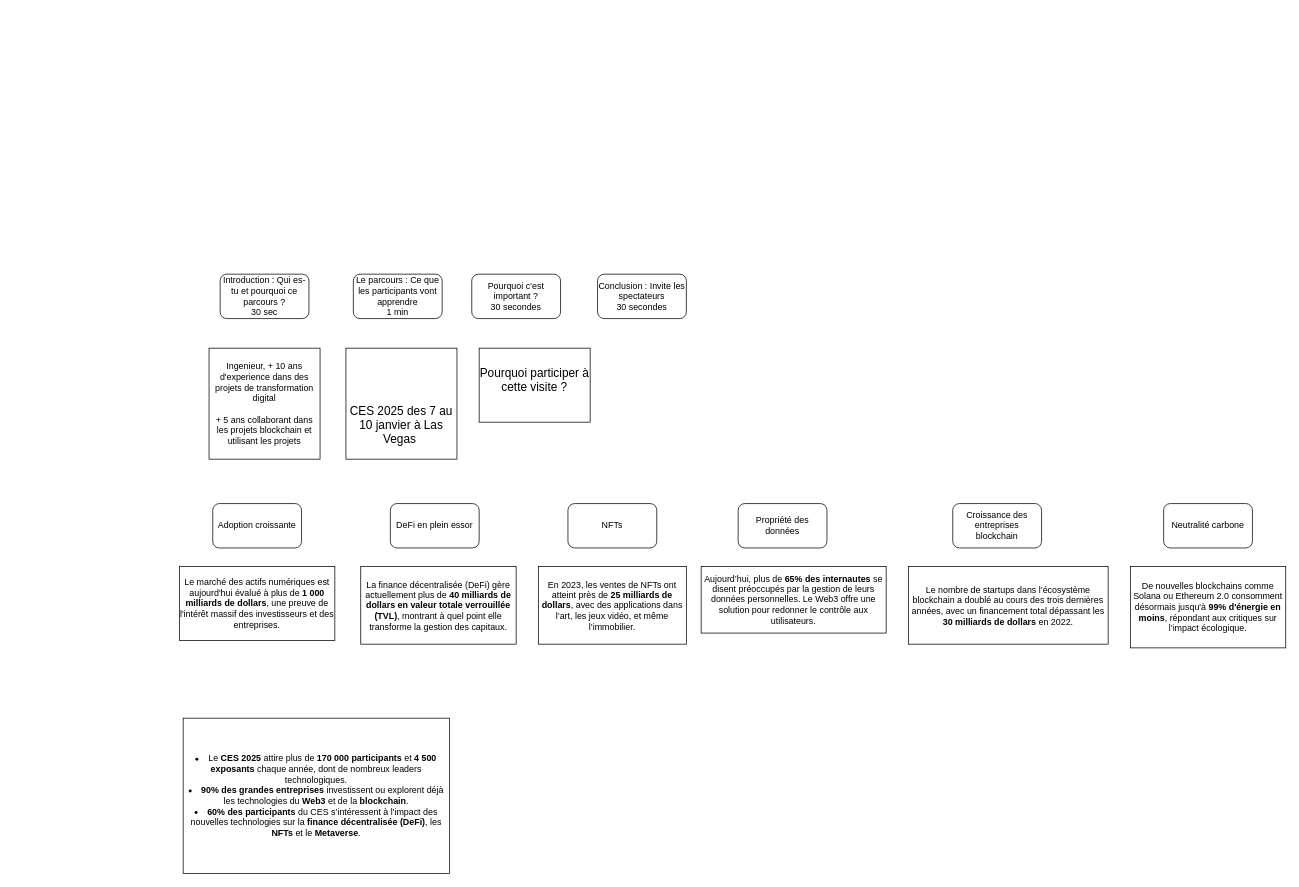
Before: Presentation.drawio in AlejandroDAvidz/AlejandroDAvidz, a draw.io diagram. Source tidied: cells renumbered, new cells numbered last; positions are measured from the earlier drawing's top-left corner, leaving out a move shared by most shapes. Both pictures are drawn from the tidied source at 74%, with x=0, y=0 at pixel (179, 274).
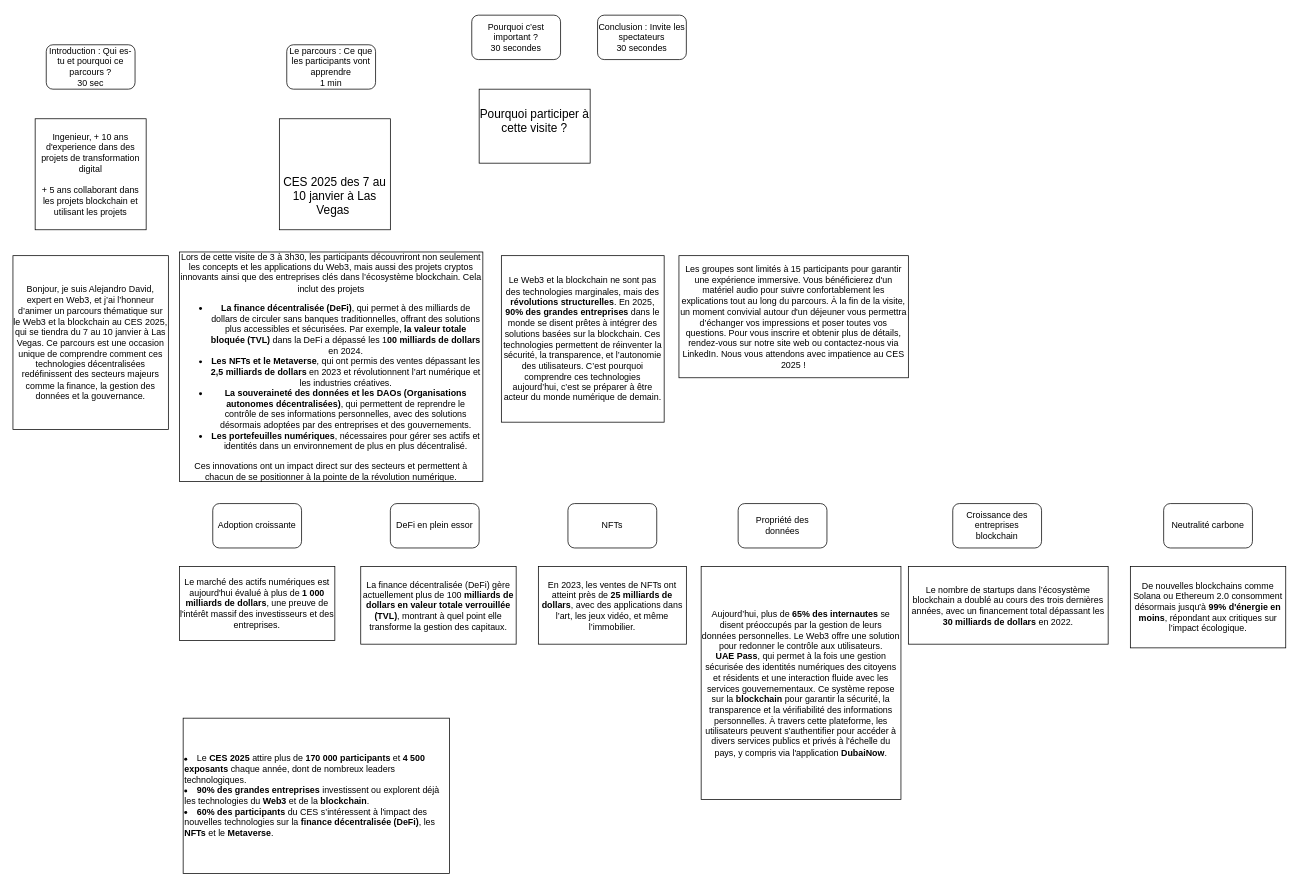
The same diagram, later.

Commit message (it also covers changes not shown here):
Mettre à jour Presentation.drawio

What changed in the source:
```diff
@@
     <mxCell id="2" value="Introduction : Qui es-tu et pourquoi ce parcours ?&lt;div&gt;30 sec&lt;/div&gt;" style="rounded=1;whiteSpace=wrap;html=1;" parent="1" vertex="1">
-      <mxGeometry x="55" width="120" height="60" as="geometry" />
+      <mxGeometry x="-180" y="-310" width="120" height="60" as="geometry" />
     </mxCell>
     <mxCell id="3" value="Ingenieur, + 10 ans d'experience dans des projets de transformation digital&lt;div&gt;&lt;br&gt;&lt;/div&gt;&lt;div&gt;+ 5 ans collaborant dans les projets blockchain et utilisant les projets&lt;/div&gt;" style="rounded=0;whiteSpace=wrap;html=1;" parent="1" vertex="1">
-      <mxGeometry x="40" y="100" width="150" height="150" as="geometry" />
+      <mxGeometry x="-195" y="-210" width="150" height="150" as="geometry" />
     </mxCell>
     <mxCell id="4" value="&lt;br/&gt;&#9;&#9;&lt;br/&gt;&#9;&lt;br/&gt;&#9;&lt;br/&gt;&#9;&#9;&lt;div title=&quot;Page 1&quot; class=&quot;page&quot;&gt;&lt;br/&gt;&#9;&#9;&#9;&lt;div class=&quot;layoutArea&quot;&gt;&lt;br/&gt;&#9;&#9;&#9;&#9;&lt;div class=&quot;column&quot;&gt;&lt;br/&gt;&#9;&#9;&#9;&#9;&#9;&lt;p&gt;&lt;span style=&quot;font-size: 12.000000pt; font-family: 'Aptos'&quot;&gt;CES 2025 des 7 au 10 janvier à Las Vegas&amp;nbsp;&lt;/span&gt;&lt;/p&gt;&lt;br/&gt;&#9;&#9;&#9;&#9;&lt;/div&gt;&lt;br/&gt;&#9;&#9;&#9;&lt;/div&gt;&lt;br/&gt;&#9;&#9;&lt;/div&gt;" style="rounded=0;whiteSpace=wrap;html=1;" parent="1" vertex="1">
-      <mxGeometry x="225" y="100" width="150" height="150" as="geometry" />
+      <mxGeometry x="135" y="-210" width="150" height="150" as="geometry" />
     </mxCell>
     <mxCell id="5" value="&#10;&lt;span style=&quot;white-space: pre;&quot;&gt;&amp;nbsp;&amp;nbsp;&amp;nbsp;&amp;nbsp;&lt;/span&gt;&lt;span style=&quot;white-space: pre;&quot;&gt;&amp;nbsp;&amp;nbsp;&amp;nbsp;&amp;nbsp;&lt;/span&gt;&lt;div title=&quot;Page 1&quot; class=&quot;page&quot;&gt;&#10;&lt;span style=&quot;white-space: pre;&quot;&gt;&amp;nbsp;&amp;nbsp;&amp;nbsp;&amp;nbsp;&lt;/span&gt;&lt;span style=&quot;white-space: pre;&quot;&gt;&amp;nbsp;&amp;nbsp;&amp;nbsp;&amp;nbsp;&lt;/span&gt;&lt;span style=&quot;white-space: pre;&quot;&gt;&amp;nbsp;&amp;nbsp;&amp;nbsp;&amp;nbsp;&lt;/span&gt;&lt;div class=&quot;layoutArea&quot;&gt;&#10;&lt;span style=&quot;white-space: pre;&quot;&gt;&amp;nbsp;&amp;nbsp;&amp;nbsp;&amp;nbsp;&lt;/span&gt;&lt;span style=&quot;white-space: pre;&quot;&gt;&amp;nbsp;&amp;nbsp;&amp;nbsp;&amp;nbsp;&lt;/span&gt;&lt;span style=&quot;white-space: pre;&quot;&gt;&amp;nbsp;&amp;nbsp;&amp;nbsp;&amp;nbsp;&lt;/span&gt;&lt;span style=&quot;white-space: pre;&quot;&gt;&amp;nbsp;&amp;nbsp;&amp;nbsp;&amp;nbsp;&lt;/span&gt;&lt;div class=&quot;column&quot;&gt;&#10;&lt;span style=&quot;white-space: pre;&quot;&gt;&amp;nbsp;&amp;nbsp;&amp;nbsp;&amp;nbsp;&lt;/span&gt;&lt;span style=&quot;white-space: pre;&quot;&gt;&amp;nbsp;&amp;nbsp;&amp;nbsp;&amp;nbsp;&lt;/span&gt;&lt;span style=&quot;white-space: pre;&quot;&gt;&amp;nbsp;&amp;nbsp;&amp;nbsp;&amp;nbsp;&lt;/span&gt;&lt;span style=&quot;white-space: pre;&quot;&gt;&amp;nbsp;&amp;nbsp;&amp;nbsp;&amp;nbsp;&lt;/span&gt;&lt;span style=&quot;white-space: pre;&quot;&gt;&amp;nbsp;&amp;nbsp;&amp;nbsp;&amp;nbsp;&lt;/span&gt;&lt;p&gt;&lt;span style=&quot;font-size: 12.000000pt; font-family: 'Aptos'&quot;&gt;Pourquoi participer à cette visite&lt;/span&gt;&lt;span style=&quot;font-size: 12.000000pt; font-family: 'ArialMT'&quot;&gt; &lt;/span&gt;&lt;span style=&quot;font-size: 12.000000pt; font-family: 'Aptos'&quot;&gt;?&#10;&lt;/span&gt;&lt;/p&gt;&#10;&lt;span style=&quot;white-space: pre;&quot;&gt;&amp;nbsp;&amp;nbsp;&amp;nbsp;&amp;nbsp;&lt;/span&gt;&lt;span style=&quot;white-space: pre;&quot;&gt;&amp;nbsp;&amp;nbsp;&amp;nbsp;&amp;nbsp;&lt;/span&gt;&lt;span style=&quot;white-space: pre;&quot;&gt;&amp;nbsp;&amp;nbsp;&amp;nbsp;&amp;nbsp;&lt;/span&gt;&lt;span style=&quot;white-space: pre;&quot;&gt;&amp;nbsp;&amp;nbsp;&amp;nbsp;&amp;nbsp;&lt;/span&gt;&lt;/div&gt;&#10;&lt;span style=&quot;white-space: pre;&quot;&gt;&amp;nbsp;&amp;nbsp;&amp;nbsp;&amp;nbsp;&lt;/span&gt;&lt;span style=&quot;white-space: pre;&quot;&gt;&amp;nbsp;&amp;nbsp;&amp;nbsp;&amp;nbsp;&lt;/span&gt;&lt;span style=&quot;white-space: pre;&quot;&gt;&amp;nbsp;&amp;nbsp;&amp;nbsp;&amp;nbsp;&lt;/span&gt;&lt;/div&gt;&#10;&lt;span style=&quot;white-space: pre;&quot;&gt;&amp;nbsp;&amp;nbsp;&amp;nbsp;&amp;nbsp;&lt;/span&gt;&lt;span style=&quot;white-space: pre;&quot;&gt;&amp;nbsp;&amp;nbsp;&amp;nbsp;&amp;nbsp;&lt;/span&gt;&lt;/div&gt;&#10;&lt;span style=&quot;white-space: pre;&quot;&gt;&amp;nbsp;&amp;nbsp;&amp;nbsp;&amp;nbsp;&lt;/span&gt;&#10;" style="rounded=0;whiteSpace=wrap;html=1;" parent="1" vertex="1">
-      <mxGeometry x="405" y="100" width="150" height="100" as="geometry" />
+      <mxGeometry x="405" y="-250" width="150" height="100" as="geometry" />
     </mxCell>
     <mxCell id="6" value="Le parcours : Ce que les participants vont apprendre&lt;div&gt;1 min&lt;/div&gt;" style="rounded=1;whiteSpace=wrap;html=1;" parent="1" vertex="1">
-      <mxGeometry x="235" width="120" height="60" as="geometry" />
+      <mxGeometry x="145" y="-310" width="120" height="60" as="geometry" />
     </mxCell>
     <mxCell id="7" value="Pourquoi c’est important ?&lt;div&gt;30 secondes&lt;/div&gt;" style="rounded=1;whiteSpace=wrap;html=1;" parent="1" vertex="1">
-      <mxGeometry x="395" width="120" height="60" as="geometry" />
+      <mxGeometry x="395" y="-350" width="120" height="60" as="geometry" />
     </mxCell>
     <mxCell id="8" value="Conclusion : Invite les spectateurs&lt;div&gt;30 secondes&lt;/div&gt;" style="rounded=1;whiteSpace=wrap;html=1;" parent="1" vertex="1">
-      <mxGeometry x="565" width="120" height="60" as="geometry" />
+      <mxGeometry x="565" y="-350" width="120" height="60" as="geometry" />
     </mxCell>
@@
-    <mxCell id="11" value="La finance décentralisée (DeFi) gère actuellement plus de &lt;strong&gt;40 milliards de dollars en valeur totale verrouillée (TVL)&lt;/strong&gt;, montrant à quel point elle transforme la gestion des capitaux." style="rounded=0;whiteSpace=wrap;html=1;" parent="1" vertex="1">
+    <mxCell id="11" value="La finance décentralisée (DeFi) gère actuellement plus de 100&lt;strong&gt;&amp;nbsp;milliards de dollars en valeur totale verrouillée (TVL)&lt;/strong&gt;, montrant à quel point elle transforme la gestion des capitaux." style="rounded=0;whiteSpace=wrap;html=1;" parent="1" vertex="1">
       <mxGeometry x="245" y="395" width="210" height="105" as="geometry" />
     </mxCell>
@@
-    <mxCell id="13" value="Aujourd’hui, plus de &lt;strong&gt;65% des internautes&lt;/strong&gt; se disent préoccupés par la gestion de leurs données personnelles. Le Web3 offre une solution pour redonner le contrôle aux utilisateurs." style="rounded=0;whiteSpace=wrap;html=1;" parent="1" vertex="1">
-      <mxGeometry x="705" y="395" width="250" height="90" as="geometry" />
+    <mxCell id="13" value="Aujourd’hui, plus de &lt;strong&gt;65% des internautes&lt;/strong&gt; se disent préoccupés par la gestion de leurs données personnelles. Le Web3 offre une solution pour redonner le contrôle aux utilisateurs.&lt;div&gt;&lt;strong&gt;UAE Pass&lt;/strong&gt;, qui permet à la fois une gestion sécurisée des identités numériques des citoyens et résidents et une interaction fluide avec les services gouvernementaux. Ce système repose sur la &lt;strong&gt;blockchain&lt;/strong&gt; pour garantir la sécurité, la transparence et la vérifiabilité des informations personnelles. À travers cette plateforme, les utilisateurs peuvent s'authentifier pour accéder à divers services publics et privés à l'échelle du pays, y compris via l'application &lt;strong&gt;DubaiNow&lt;/strong&gt;.&lt;/div&gt;" style="rounded=0;whiteSpace=wrap;html=1;" parent="1" vertex="1">
+      <mxGeometry x="705" y="395" width="270" height="315" as="geometry" />
     </mxCell>
@@
-    <mxCell id="21" value="&lt;li&gt;Le &lt;strong&gt;CES 2025&lt;/strong&gt; attire plus de &lt;strong&gt;170 000 participants&lt;/strong&gt; et &lt;strong&gt;4 500 exposants&lt;/strong&gt; chaque année, dont de nombreux leaders technologiques.&lt;/li&gt;&lt;li&gt;&lt;strong&gt;90% des grandes entreprises&lt;/strong&gt; investissent ou explorent déjà les technologies du &lt;strong&gt;Web3&lt;/strong&gt; et de la &lt;strong&gt;blockchain&lt;/strong&gt;.&lt;/li&gt;&lt;li&gt;&lt;strong&gt;60% des participants&lt;/strong&gt; du CES s’intéressent à l'impact des nouvelles technologies sur la &lt;strong&gt;finance décentralisée (DeFi)&lt;/strong&gt;, les &lt;strong&gt;NFTs&lt;/strong&gt; et le &lt;strong&gt;Metaverse&lt;/strong&gt;.&lt;/li&gt;" style="rounded=0;whiteSpace=wrap;html=1;" parent="1" vertex="1">
+    <mxCell id="21" value="&lt;li&gt;Le &lt;strong&gt;CES 2025&lt;/strong&gt; attire plus de &lt;strong&gt;170 000 participants&lt;/strong&gt; et &lt;strong&gt;4 500 exposants&lt;/strong&gt; chaque année, dont de nombreux leaders technologiques.&lt;/li&gt;&lt;li&gt;&lt;strong&gt;90% des grandes entreprises&lt;/strong&gt; investissent ou explorent déjà les technologies du &lt;strong&gt;Web3&lt;/strong&gt; et de la &lt;strong&gt;blockchain&lt;/strong&gt;.&lt;/li&gt;&lt;li&gt;&lt;strong&gt;60% des participants&lt;/strong&gt; du CES s’intéressent à l'impact des nouvelles technologies sur la &lt;strong&gt;finance décentralisée (DeFi)&lt;/strong&gt;, les &lt;strong&gt;NFTs&lt;/strong&gt; et le &lt;strong&gt;Metaverse&lt;/strong&gt;.&lt;/li&gt;" style="rounded=0;whiteSpace=wrap;html=1;align=left;" parent="1" vertex="1">
       <mxGeometry x="5" y="600" width="360" height="210" as="geometry" />
     </mxCell>
+    <mxCell id="22" value="Bonjour, je suis Alejandro David, expert en Web3, et j’ai l’honneur d’animer un parcours thématique sur le Web3 et la blockchain au CES 2025, qui se tiendra du 7 au 10 janvier à Las Vegas. Ce parcours est une occasion unique de comprendre comment ces technologies décentralisées redéfinissent des secteurs majeurs comme la finance, la gestion des données et la gouvernance." style="rounded=0;whiteSpace=wrap;html=1;" parent="1" vertex="1">
+      <mxGeometry x="-225" y="-25" width="210" height="235" as="geometry" />
+    </mxCell>
+    <mxCell id="23" value="Le Web3 et la blockchain ne sont pas des technologies marginales, mais des &lt;strong&gt;révolutions structurelles&lt;/strong&gt;. En 2025, &lt;strong&gt;90% des grandes entreprises&lt;/strong&gt; dans le monde se disent prêtes à intégrer des solutions basées sur la blockchain. Ces technologies permettent de réinventer la sécurité, la transparence, et l’autonomie des utilisateurs. C’est pourquoi comprendre ces technologies aujourd’hui, c’est se préparer à être acteur du monde numérique de demain." style="rounded=0;whiteSpace=wrap;html=1;" parent="1" vertex="1">
+      <mxGeometry x="435" y="-25" width="220" height="225" as="geometry" />
+    </mxCell>
+    <mxCell id="24" value="Les groupes sont limités à 15 participants pour garantir une expérience immersive. Vous bénéficierez d'un matériel audio pour suivre confortablement les explications tout au long du parcours. À la fin de la visite, un moment convivial autour d'un déjeuner vous permettra d’échanger vos impressions et poser toutes vos questions. Pour vous inscrire et obtenir plus de détails, rendez-vous sur notre site web ou contactez-nous via LinkedIn. Nous vous attendons avec impatience au CES 2025 !" style="rounded=0;whiteSpace=wrap;html=1;" parent="1" vertex="1">
+      <mxGeometry x="675" y="-25" width="310" height="165" as="geometry" />
+    </mxCell>
+    <mxCell id="25" value="&lt;p&gt;Lors de cette visite de 3 à 3h30,&amp;nbsp;&lt;span style=&quot;background-color: initial;&quot;&gt;les participants découvriront non seulement les concepts et les applications du Web3, mais aussi des projets cryptos innovants ainsi que des entreprises clés dans l’écosystème blockchain.&amp;nbsp;&lt;/span&gt;&lt;span style=&quot;background-color: initial;&quot;&gt;Cela inclut des projets&lt;/span&gt;&lt;/p&gt;&lt;ul&gt;&lt;li&gt;&lt;strong&gt;La finance décentralisée (DeFi)&lt;/strong&gt;, qui permet à des milliards de dollars de circuler sans banques traditionnelles, offrant des solutions plus accessibles et sécurisées. Par exemple, &lt;strong&gt;la valeur totale bloquée (TVL)&lt;/strong&gt; dans la DeFi a dépassé les 1&lt;strong&gt;00 milliards de dollars&lt;/strong&gt; en 2024.&lt;/li&gt;&lt;li&gt;&lt;strong&gt;Les NFTs et le Metaverse&lt;/strong&gt;, qui ont permis des ventes dépassant les &lt;strong&gt;2,5 milliards de dollars&lt;/strong&gt; en 2023 et révolutionnent l’art numérique et les industries créatives.&lt;/li&gt;&lt;li&gt;&lt;strong&gt;La souveraineté des données et les DAOs (Organisations autonomes décentralisées)&lt;/strong&gt;, qui permettent de reprendre le contrôle de ses informations personnelles, avec des solutions désormais adoptées par des entreprises et des gouvernements.&lt;/li&gt;&lt;li&gt;&lt;strong&gt;Les portefeuilles numériques&lt;/strong&gt;, nécessaires pour gérer ses actifs et identités dans un environnement de plus en plus décentralisé.&lt;/li&gt;&lt;/ul&gt;&lt;p&gt;Ces innovations ont un impact direct sur des secteurs et permettent à chacun de se positionner à la pointe de la révolution numérique.&lt;/p&gt;" style="rounded=0;whiteSpace=wrap;html=1;" parent="1" vertex="1">
+      <mxGeometry y="-30" width="410" height="310" as="geometry" />
+    </mxCell>
```
